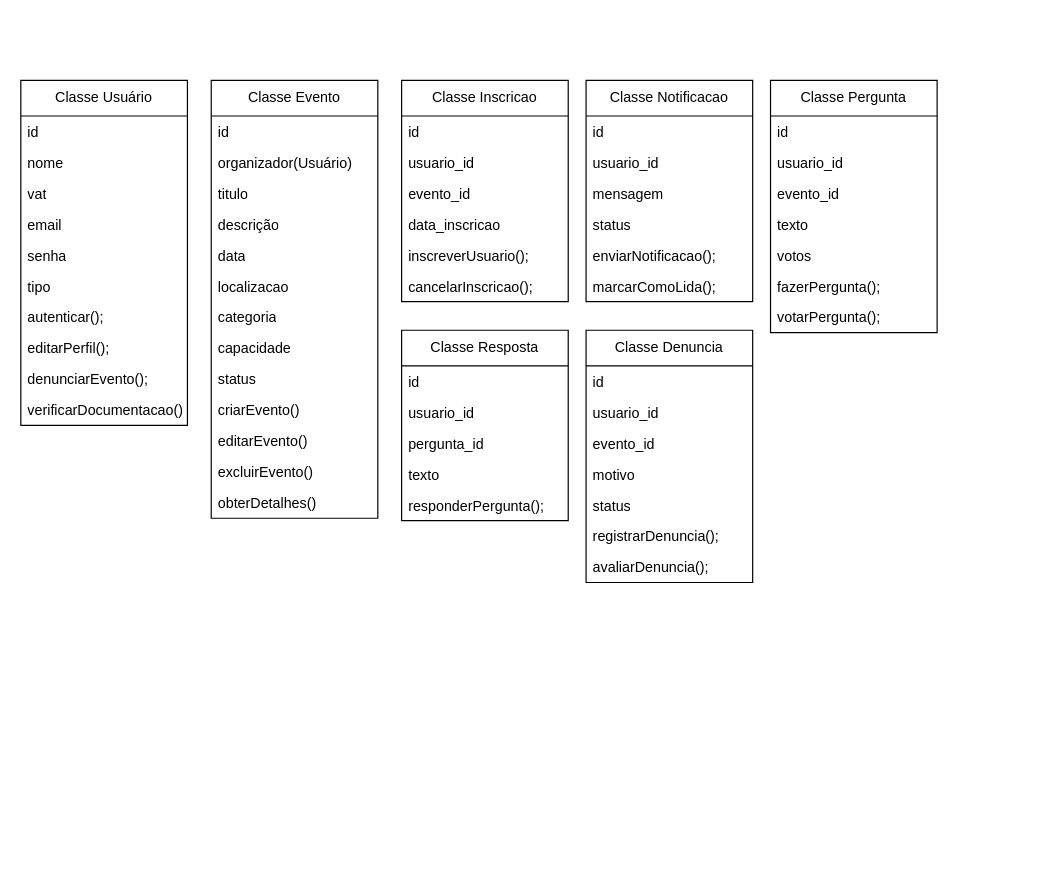
Before: backend/Diagrama sem título.drawio in NatanNMendes/estetify-back-end, a draw.io diagram. Source tidied: cells renumbered, new cells numbered last; positions are measured from the earlier drawing's top-left corner, leaving out a move shared by most shapes. Both pictures are drawn from the tidied source at 119%, with x=0, y=0 at pixel (20, 80).
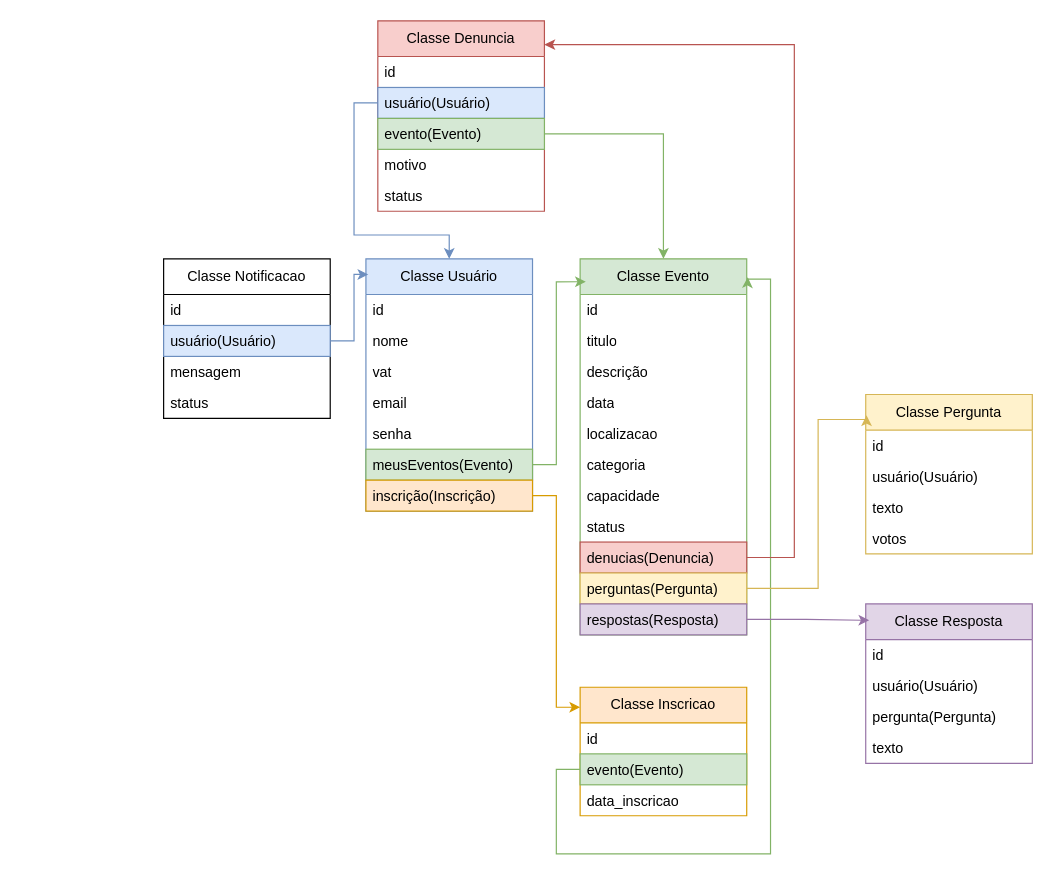
The same page after the edit.

Diff of the diagram source:
```diff
@@
-    <mxCell id="2" value="Classe Usuário" style="swimlane;fontStyle=0;horizontal=1;startSize=30;fillColor=none;whiteSpace=wrap;html=1;" parent="1" vertex="1">
-      <mxGeometry width="140" height="290" as="geometry" />
+    <mxCell id="2" value="Classe Usuário" style="swimlane;fontStyle=0;horizontal=1;startSize=30;fillColor=#dae8fc;whiteSpace=wrap;html=1;strokeColor=#6c8ebf;" parent="1" vertex="1">
+      <mxGeometry x="290" y="150" width="140" height="212" as="geometry" />
     </mxCell>
@@
-    <mxCell id="8" value="tipo" style="text;strokeColor=none;fillColor=none;align=left;verticalAlign=top;spacingLeft=4;spacingRight=4;overflow=hidden;points=[[0,0.5],[1,0.5]];portConstraint=eastwest;whiteSpace=wrap;html=1;" parent="2" vertex="1">
+    <mxCell id="8" value="meusEventos(Evento)" style="text;strokeColor=#82b366;fillColor=#d5e8d4;align=left;verticalAlign=top;spacingLeft=4;spacingRight=4;overflow=hidden;points=[[0,0.5],[1,0.5]];portConstraint=eastwest;whiteSpace=wrap;html=1;" parent="2" vertex="1">
       <mxGeometry y="160" width="140" height="26" as="geometry" />
     </mxCell>
-    <mxCell id="9" value="autenticar();" style="text;strokeColor=none;fillColor=none;align=left;verticalAlign=top;spacingLeft=4;spacingRight=4;overflow=hidden;whiteSpace=wrap;html=1;" parent="2" vertex="1">
-      <mxGeometry y="186" width="140" height="26" as="geometry" />
-    </mxCell>
-    <mxCell id="10" value="editarPerfil();" style="text;strokeColor=none;fillColor=none;align=left;verticalAlign=top;spacingLeft=4;spacingRight=4;overflow=hidden;whiteSpace=wrap;html=1;" parent="2" vertex="1">
-      <mxGeometry y="212" width="140" height="26" as="geometry" />
-    </mxCell>
-    <mxCell id="11" value="denunciarEvento();" style="text;strokeColor=none;fillColor=none;align=left;verticalAlign=top;spacingLeft=4;spacingRight=4;overflow=hidden;whiteSpace=wrap;html=1;" parent="2" vertex="1">
-      <mxGeometry y="238" width="140" height="26" as="geometry" />
-    </mxCell>
-    <mxCell id="12" value="verificarDocumentacao();" style="text;strokeColor=none;fillColor=none;align=left;verticalAlign=top;spacingLeft=4;spacingRight=4;overflow=hidden;whiteSpace=wrap;html=1;" parent="2" vertex="1">
-      <mxGeometry y="264" width="140" height="26" as="geometry" />
-    </mxCell>
+    <mxCell id="63" value="inscrição(Inscrição)" style="text;strokeColor=#d79b00;fillColor=#ffe6cc;align=left;verticalAlign=top;spacingLeft=4;spacingRight=4;overflow=hidden;points=[[0,0.5],[1,0.5]];portConstraint=eastwest;whiteSpace=wrap;html=1;" parent="2" vertex="1">
+      <mxGeometry y="186" width="140" height="26" as="geometry" />
+    </mxCell>
-    <mxCell id="13" value="Classe Evento" style="swimlane;fontStyle=0;horizontal=1;startSize=30;fillColor=none;whiteSpace=wrap;html=1;" parent="1" vertex="1">
-      <mxGeometry x="160" width="140" height="368" as="geometry" />
+    <mxCell id="13" value="Classe Evento" style="swimlane;fontStyle=0;horizontal=1;startSize=30;fillColor=#d5e8d4;whiteSpace=wrap;html=1;strokeColor=#82b366;" parent="1" vertex="1">
+      <mxGeometry x="470" y="150" width="140" height="316" as="geometry" />
     </mxCell>
@@
-    <mxCell id="15" value="organizador(&lt;span style=&quot;text-align: center;&quot;&gt;Usuário&lt;/span&gt;)" style="text;strokeColor=none;fillColor=none;align=left;verticalAlign=top;spacingLeft=4;spacingRight=4;overflow=hidden;whiteSpace=wrap;html=1;" parent="13" vertex="1">
-      <mxGeometry y="56" width="140" height="26" as="geometry" />
-    </mxCell>
     <mxCell id="16" value="titulo" style="text;strokeColor=none;fillColor=none;align=left;verticalAlign=top;spacingLeft=4;spacingRight=4;overflow=hidden;whiteSpace=wrap;html=1;" parent="13" vertex="1">
-      <mxGeometry y="82" width="140" height="26" as="geometry" />
+      <mxGeometry y="56" width="140" height="26" as="geometry" />
     </mxCell>
     <mxCell id="17" value="descrição" style="text;strokeColor=none;fillColor=none;align=left;verticalAlign=top;spacingLeft=4;spacingRight=4;overflow=hidden;whiteSpace=wrap;html=1;" parent="13" vertex="1">
-      <mxGeometry y="108" width="140" height="26" as="geometry" />
+      <mxGeometry y="82" width="140" height="26" as="geometry" />
     </mxCell>
     <mxCell id="18" value="data" style="text;strokeColor=none;fillColor=none;align=left;verticalAlign=top;spacingLeft=4;spacingRight=4;overflow=hidden;whiteSpace=wrap;html=1;" parent="13" vertex="1">
-      <mxGeometry y="134" width="140" height="26" as="geometry" />
+      <mxGeometry y="108" width="140" height="26" as="geometry" />
     </mxCell>
     <mxCell id="19" value="localizacao" style="text;strokeColor=none;fillColor=none;align=left;verticalAlign=top;spacingLeft=4;spacingRight=4;overflow=hidden;whiteSpace=wrap;html=1;" parent="13" vertex="1">
-      <mxGeometry y="160" width="140" height="26" as="geometry" />
+      <mxGeometry y="134" width="140" height="26" as="geometry" />
     </mxCell>
     <mxCell id="20" value="categoria" style="text;strokeColor=none;fillColor=none;align=left;verticalAlign=top;spacingLeft=4;spacingRight=4;overflow=hidden;whiteSpace=wrap;html=1;" parent="13" vertex="1">
-      <mxGeometry y="186" width="140" height="26" as="geometry" />
+      <mxGeometry y="160" width="140" height="26" as="geometry" />
     </mxCell>
     <mxCell id="21" value="capacidade" style="text;strokeColor=none;fillColor=none;align=left;verticalAlign=top;spacingLeft=4;spacingRight=4;overflow=hidden;whiteSpace=wrap;html=1;" parent="13" vertex="1">
-      <mxGeometry y="212" width="140" height="26" as="geometry" />
+      <mxGeometry y="186" width="140" height="26" as="geometry" />
     </mxCell>
     <mxCell id="22" value="status" style="text;strokeColor=none;fillColor=none;align=left;verticalAlign=top;spacingLeft=4;spacingRight=4;overflow=hidden;whiteSpace=wrap;html=1;" parent="13" vertex="1">
-      <mxGeometry y="238" width="140" height="26" as="geometry" />
+      <mxGeometry y="212" width="140" height="26" as="geometry" />
     </mxCell>
-    <mxCell id="23" value="criarEvento()" style="text;strokeColor=none;fillColor=none;align=left;verticalAlign=top;spacingLeft=4;spacingRight=4;overflow=hidden;whiteSpace=wrap;html=1;" parent="13" vertex="1">
-      <mxGeometry y="264" width="140" height="26" as="geometry" />
-    </mxCell>
-    <mxCell id="24" value="editarEvento()" style="text;strokeColor=none;fillColor=none;align=left;verticalAlign=top;spacingLeft=4;spacingRight=4;overflow=hidden;whiteSpace=wrap;html=1;" parent="13" vertex="1">
-      <mxGeometry y="290" width="140" height="26" as="geometry" />
-    </mxCell>
-    <mxCell id="25" value="excluirEvento()" style="text;strokeColor=none;fillColor=none;align=left;verticalAlign=top;spacingLeft=4;spacingRight=4;overflow=hidden;whiteSpace=wrap;html=1;" parent="13" vertex="1">
-      <mxGeometry y="316" width="140" height="26" as="geometry" />
-    </mxCell>
-    <mxCell id="26" value="obterDetalhes()" style="text;strokeColor=none;fillColor=none;align=left;verticalAlign=top;spacingLeft=4;spacingRight=4;overflow=hidden;whiteSpace=wrap;html=1;" parent="13" vertex="1">
-      <mxGeometry y="342" width="140" height="26" as="geometry" />
-    </mxCell>
+    <mxCell id="64" value="denucias(Denuncia)" style="text;strokeColor=#b85450;fillColor=#f8cecc;align=left;verticalAlign=top;spacingLeft=4;spacingRight=4;overflow=hidden;points=[[0,0.5],[1,0.5]];portConstraint=eastwest;whiteSpace=wrap;html=1;" parent="13" vertex="1">
+      <mxGeometry y="238" width="140" height="26" as="geometry" />
+    </mxCell>
+    <mxCell id="65" value="perguntas(Pergunta)" style="text;strokeColor=#d6b656;fillColor=#fff2cc;align=left;verticalAlign=top;spacingLeft=4;spacingRight=4;overflow=hidden;points=[[0,0.5],[1,0.5]];portConstraint=eastwest;whiteSpace=wrap;html=1;" parent="13" vertex="1">
+      <mxGeometry y="264" width="140" height="26" as="geometry" />
+    </mxCell>
+    <mxCell id="66" value="respostas(Resposta)" style="text;strokeColor=#9673a6;fillColor=#e1d5e7;align=left;verticalAlign=top;spacingLeft=4;spacingRight=4;overflow=hidden;points=[[0,0.5],[1,0.5]];portConstraint=eastwest;whiteSpace=wrap;html=1;" parent="13" vertex="1">
+      <mxGeometry y="290" width="140" height="26" as="geometry" />
+    </mxCell>
-    <mxCell id="27" value="Classe Inscricao" style="swimlane;fontStyle=0;horizontal=1;startSize=30;fillColor=none;whiteSpace=wrap;html=1;" parent="1" vertex="1">
-      <mxGeometry x="320" width="140" height="186" as="geometry" />
+    <mxCell id="27" value="Classe Inscricao" style="swimlane;fontStyle=0;horizontal=1;startSize=30;fillColor=#ffe6cc;whiteSpace=wrap;html=1;strokeColor=#d79b00;" parent="1" vertex="1">
+      <mxGeometry x="470" y="510" width="140" height="108" as="geometry" />
     </mxCell>
@@
-    <mxCell id="29" value="usuario_id" style="text;strokeColor=none;fillColor=none;align=left;verticalAlign=top;spacingLeft=4;spacingRight=4;overflow=hidden;whiteSpace=wrap;html=1;" parent="27" vertex="1">
-      <mxGeometry y="56" width="140" height="26" as="geometry" />
-    </mxCell>
-    <mxCell id="30" value="evento_id" style="text;strokeColor=none;fillColor=none;align=left;verticalAlign=top;spacingLeft=4;spacingRight=4;overflow=hidden;points=[[0,0.5],[1,0.5]];portConstraint=eastwest;whiteSpace=wrap;html=1;" parent="27" vertex="1">
-      <mxGeometry y="82" width="140" height="26" as="geometry" />
+    <mxCell id="30" value="evento(Evento)" style="text;strokeColor=#82b366;fillColor=#d5e8d4;align=left;verticalAlign=top;spacingLeft=4;spacingRight=4;overflow=hidden;points=[[0,0.5],[1,0.5]];portConstraint=eastwest;whiteSpace=wrap;html=1;" parent="27" vertex="1">
+      <mxGeometry y="56" width="140" height="26" as="geometry" />
     </mxCell>
     <mxCell id="31" value="data_inscricao" style="text;strokeColor=none;fillColor=none;align=left;verticalAlign=top;spacingLeft=4;spacingRight=4;overflow=hidden;whiteSpace=wrap;html=1;" parent="27" vertex="1">
-      <mxGeometry y="108" width="140" height="26" as="geometry" />
+      <mxGeometry y="82" width="140" height="26" as="geometry" />
     </mxCell>
-    <mxCell id="32" value="inscreverUsuario();" style="text;strokeColor=none;fillColor=none;align=left;verticalAlign=top;spacingLeft=4;spacingRight=4;overflow=hidden;whiteSpace=wrap;html=1;" parent="27" vertex="1">
-      <mxGeometry y="134" width="140" height="26" as="geometry" />
-    </mxCell>
-    <mxCell id="33" value="cancelarInscricao();" style="text;strokeColor=none;fillColor=none;align=left;verticalAlign=top;spacingLeft=4;spacingRight=4;overflow=hidden;whiteSpace=wrap;html=1;" parent="27" vertex="1">
-      <mxGeometry y="160" width="140" height="26" as="geometry" />
-    </mxCell>
     <mxCell id="34" value="Classe Notificacao" style="swimlane;fontStyle=0;horizontal=1;startSize=30;fillColor=none;whiteSpace=wrap;html=1;" parent="1" vertex="1">
-      <mxGeometry x="475" width="140" height="186" as="geometry" />
+      <mxGeometry x="120" y="150" width="140" height="134" as="geometry" />
     </mxCell>
@@
-    <mxCell id="36" value="usuario_id" style="text;strokeColor=none;fillColor=none;align=left;verticalAlign=top;spacingLeft=4;spacingRight=4;overflow=hidden;points=[[0,0.5],[1,0.5]];portConstraint=eastwest;whiteSpace=wrap;html=1;" parent="34" vertex="1">
+    <mxCell id="36" value="usuário(&lt;span style=&quot;text-align: center;&quot;&gt;Usuário&lt;/span&gt;)" style="text;strokeColor=#6c8ebf;fillColor=#dae8fc;align=left;verticalAlign=top;spacingLeft=4;spacingRight=4;overflow=hidden;points=[[0,0.5],[1,0.5]];portConstraint=eastwest;whiteSpace=wrap;html=1;" parent="34" vertex="1">
       <mxGeometry y="56" width="140" height="26" as="geometry" />
     </mxCell>
@@
-    <mxCell id="39" value="enviarNotificacao();" style="text;strokeColor=none;fillColor=none;align=left;verticalAlign=top;spacingLeft=4;spacingRight=4;overflow=hidden;whiteSpace=wrap;html=1;" parent="34" vertex="1">
-      <mxGeometry y="134" width="140" height="26" as="geometry" />
-    </mxCell>
-    <mxCell id="40" value="marcarComoLida();" style="text;strokeColor=none;fillColor=none;align=left;verticalAlign=top;spacingLeft=4;spacingRight=4;overflow=hidden;whiteSpace=wrap;html=1;" parent="34" vertex="1">
-      <mxGeometry y="160" width="140" height="26" as="geometry" />
-    </mxCell>
-    <mxCell id="41" value="Classe Pergunta" style="swimlane;fontStyle=0;horizontal=1;startSize=30;fillColor=none;whiteSpace=wrap;html=1;" parent="1" vertex="1">
-      <mxGeometry x="630" width="140" height="212" as="geometry" />
+    <mxCell id="41" value="Classe Pergunta" style="swimlane;fontStyle=0;horizontal=1;startSize=30;fillColor=#fff2cc;whiteSpace=wrap;html=1;strokeColor=#d6b656;" parent="1" vertex="1">
+      <mxGeometry x="710" y="264" width="140" height="134" as="geometry" />
     </mxCell>
@@
-    <mxCell id="43" value="usuario_id" style="text;strokeColor=none;fillColor=none;align=left;verticalAlign=top;spacingLeft=4;spacingRight=4;overflow=hidden;whiteSpace=wrap;html=1;" parent="41" vertex="1">
+    <mxCell id="43" value="usuário(&lt;span style=&quot;text-align: center;&quot;&gt;Usuário&lt;/span&gt;)" style="text;strokeColor=none;fillColor=none;align=left;verticalAlign=top;spacingLeft=4;spacingRight=4;overflow=hidden;whiteSpace=wrap;html=1;" parent="41" vertex="1">
       <mxGeometry y="56" width="140" height="26" as="geometry" />
     </mxCell>
-    <mxCell id="44" value="evento_id" style="text;strokeColor=none;fillColor=none;align=left;verticalAlign=top;spacingLeft=4;spacingRight=4;overflow=hidden;whiteSpace=wrap;html=1;" parent="41" vertex="1">
-      <mxGeometry y="82" width="140" height="26" as="geometry" />
-    </mxCell>
     <mxCell id="45" value="texto" style="text;strokeColor=none;fillColor=none;align=left;verticalAlign=top;spacingLeft=4;spacingRight=4;overflow=hidden;whiteSpace=wrap;html=1;" parent="41" vertex="1">
-      <mxGeometry y="108" width="140" height="26" as="geometry" />
+      <mxGeometry y="82" width="140" height="26" as="geometry" />
     </mxCell>
     <mxCell id="46" value="votos" style="text;strokeColor=none;fillColor=none;align=left;verticalAlign=top;spacingLeft=4;spacingRight=4;overflow=hidden;whiteSpace=wrap;html=1;" parent="41" vertex="1">
-      <mxGeometry y="134" width="140" height="26" as="geometry" />
+      <mxGeometry y="108" width="140" height="26" as="geometry" />
     </mxCell>
-    <mxCell id="47" value="fazerPergunta();" style="text;strokeColor=none;fillColor=none;align=left;verticalAlign=top;spacingLeft=4;spacingRight=4;overflow=hidden;whiteSpace=wrap;html=1;" parent="41" vertex="1">
-      <mxGeometry y="160" width="140" height="26" as="geometry" />
-    </mxCell>
-    <mxCell id="48" value="votarPergunta();" style="text;strokeColor=none;fillColor=none;align=left;verticalAlign=top;spacingLeft=4;spacingRight=4;overflow=hidden;whiteSpace=wrap;html=1;" parent="41" vertex="1">
-      <mxGeometry y="186" width="140" height="26" as="geometry" />
-    </mxCell>
-    <mxCell id="49" value="Classe&amp;nbsp;Resposta" style="swimlane;fontStyle=0;horizontal=1;startSize=30;fillColor=none;whiteSpace=wrap;html=1;" parent="1" vertex="1">
-      <mxGeometry x="320" y="210" width="140" height="160" as="geometry" />
+    <mxCell id="49" value="Classe&amp;nbsp;Resposta" style="swimlane;fontStyle=0;horizontal=1;startSize=30;fillColor=#e1d5e7;whiteSpace=wrap;html=1;strokeColor=#9673a6;" parent="1" vertex="1">
+      <mxGeometry x="710" y="440" width="140" height="134" as="geometry" />
     </mxCell>
@@
-    <mxCell id="51" value="usuario_id" style="text;strokeColor=none;fillColor=none;align=left;verticalAlign=top;spacingLeft=4;spacingRight=4;overflow=hidden;whiteSpace=wrap;html=1;" parent="49" vertex="1">
+    <mxCell id="51" value="usuário(&lt;span style=&quot;text-align: center;&quot;&gt;Usuário&lt;/span&gt;)" style="text;strokeColor=none;fillColor=none;align=left;verticalAlign=top;spacingLeft=4;spacingRight=4;overflow=hidden;whiteSpace=wrap;html=1;" parent="49" vertex="1">
       <mxGeometry y="56" width="140" height="26" as="geometry" />
     </mxCell>
-    <mxCell id="52" value="pergunta_id" style="text;strokeColor=none;fillColor=none;align=left;verticalAlign=top;spacingLeft=4;spacingRight=4;overflow=hidden;whiteSpace=wrap;html=1;" parent="49" vertex="1">
+    <mxCell id="52" value="pergunta(Pergunta)" style="text;strokeColor=none;fillColor=none;align=left;verticalAlign=top;spacingLeft=4;spacingRight=4;overflow=hidden;whiteSpace=wrap;html=1;" parent="49" vertex="1">
       <mxGeometry y="82" width="140" height="26" as="geometry" />
     </mxCell>
@@
-    <mxCell id="54" value="responderPergunta();" style="text;strokeColor=none;fillColor=none;align=left;verticalAlign=top;spacingLeft=4;spacingRight=4;overflow=hidden;whiteSpace=wrap;html=1;" parent="49" vertex="1">
-      <mxGeometry y="134" width="140" height="26" as="geometry" />
-    </mxCell>
-    <mxCell id="55" value="Classe Denuncia" style="swimlane;fontStyle=0;horizontal=1;startSize=30;fillColor=none;whiteSpace=wrap;html=1;" parent="1" vertex="1">
-      <mxGeometry x="475" y="210" width="140" height="212" as="geometry" />
+    <mxCell id="55" value="Classe Denuncia" style="swimlane;fontStyle=0;horizontal=1;startSize=30;fillColor=#f8cecc;whiteSpace=wrap;html=1;strokeColor=#b85450;" parent="1" vertex="1">
+      <mxGeometry x="300" y="-50" width="140" height="160" as="geometry" />
     </mxCell>
@@
-    <mxCell id="57" value="usuario_id" style="text;strokeColor=none;fillColor=none;align=left;verticalAlign=top;spacingLeft=4;spacingRight=4;overflow=hidden;points=[[0,0.5],[1,0.5]];portConstraint=eastwest;whiteSpace=wrap;html=1;" parent="55" vertex="1">
+    <mxCell id="57" value="usuário(&lt;span style=&quot;text-align: center;&quot;&gt;Usuário&lt;/span&gt;)" style="text;strokeColor=#6c8ebf;fillColor=#dae8fc;align=left;verticalAlign=top;spacingLeft=4;spacingRight=4;overflow=hidden;points=[[0,0.5],[1,0.5]];portConstraint=eastwest;whiteSpace=wrap;html=1;" parent="55" vertex="1">
       <mxGeometry y="56" width="140" height="26" as="geometry" />
     </mxCell>
-    <mxCell id="58" value="evento_id" style="text;strokeColor=none;fillColor=none;align=left;verticalAlign=top;spacingLeft=4;spacingRight=4;overflow=hidden;points=[[0,0.5],[1,0.5]];portConstraint=eastwest;whiteSpace=wrap;html=1;" parent="55" vertex="1">
+    <mxCell id="58" value="evento(Evento)" style="text;strokeColor=#82b366;fillColor=#d5e8d4;align=left;verticalAlign=top;spacingLeft=4;spacingRight=4;overflow=hidden;points=[[0,0.5],[1,0.5]];portConstraint=eastwest;whiteSpace=wrap;html=1;" parent="55" vertex="1">
       <mxGeometry y="82" width="140" height="26" as="geometry" />
     </mxCell>
@@
-    <mxCell id="61" value="registrarDenuncia();" style="text;strokeColor=none;fillColor=none;align=left;verticalAlign=top;spacingLeft=4;spacingRight=4;overflow=hidden;whiteSpace=wrap;html=1;" parent="55" vertex="1">
-      <mxGeometry y="160" width="140" height="26" as="geometry" />
-    </mxCell>
-    <mxCell id="62" value="avaliarDenuncia();" style="text;strokeColor=none;fillColor=none;align=left;verticalAlign=top;spacingLeft=4;spacingRight=4;overflow=hidden;whiteSpace=wrap;html=1;" parent="55" vertex="1">
-      <mxGeometry y="186" width="140" height="26" as="geometry" />
-    </mxCell>
+    <mxCell id="67" style="edgeStyle=orthogonalEdgeStyle;rounded=0;jettySize=auto;html=1;entryX=0.034;entryY=0.061;entryDx=0;entryDy=0;entryPerimeter=0;fillColor=#d5e8d4;strokeColor=#82b366;" parent="1" edge="1" source="8" target="13">
+      <mxGeometry relative="1" as="geometry" />
+    </mxCell>
+    <mxCell id="68" style="edgeStyle=orthogonalEdgeStyle;rounded=0;jettySize=auto;html=1;entryX=0;entryY=0.156;entryDx=0;entryDy=0;entryPerimeter=0;fillColor=#ffe6cc;strokeColor=#d79b00;" parent="1" edge="1" source="63" target="27">
+      <mxGeometry relative="1" as="geometry" />
+    </mxCell>
+    <mxCell id="69" style="edgeStyle=orthogonalEdgeStyle;rounded=0;jettySize=auto;html=1;entryX=1.006;entryY=0.049;entryDx=0;entryDy=0;entryPerimeter=0;fillColor=#d5e8d4;strokeColor=#82b366;" parent="1" edge="1" source="30" target="13">
+      <mxGeometry relative="1" as="geometry">
+        <Array as="points">
+          <mxPoint x="450" y="579" />
+          <mxPoint x="450" y="650" />
+          <mxPoint x="630" y="650" />
+          <mxPoint x="630" y="167" />
+        </Array>
+      </mxGeometry>
+    </mxCell>
+    <mxCell id="70" style="edgeStyle=orthogonalEdgeStyle;rounded=0;jettySize=auto;html=1;entryX=0.014;entryY=0.062;entryDx=0;entryDy=0;entryPerimeter=0;fillColor=#dae8fc;strokeColor=#6c8ebf;" parent="1" edge="1" source="36" target="2">
+      <mxGeometry relative="1" as="geometry" />
+    </mxCell>
+    <mxCell id="71" style="edgeStyle=orthogonalEdgeStyle;rounded=0;jettySize=auto;html=1;fillColor=#d5e8d4;strokeColor=#82b366;" parent="1" edge="1" source="58" target="13">
+      <mxGeometry relative="1" as="geometry" />
+    </mxCell>
+    <mxCell id="72" style="edgeStyle=orthogonalEdgeStyle;rounded=0;jettySize=auto;html=1;fillColor=#dae8fc;strokeColor=#6c8ebf;" parent="1" edge="1" source="57" target="2">
+      <mxGeometry relative="1" as="geometry">
+        <Array as="points">
+          <mxPoint x="280" y="19" />
+          <mxPoint x="280" y="130" />
+          <mxPoint x="360" y="130" />
+        </Array>
+      </mxGeometry>
+    </mxCell>
+    <mxCell id="73" style="edgeStyle=orthogonalEdgeStyle;rounded=0;jettySize=auto;html=1;entryX=0.021;entryY=0.103;entryDx=0;entryDy=0;entryPerimeter=0;fillColor=#e1d5e7;strokeColor=#9673a6;" parent="1" edge="1" source="66" target="49">
+      <mxGeometry relative="1" as="geometry" />
+    </mxCell>
+    <mxCell id="74" style="edgeStyle=orthogonalEdgeStyle;rounded=0;jettySize=auto;html=1;entryX=1;entryY=0.125;entryDx=0;entryDy=0;entryPerimeter=0;fillColor=#f8cecc;strokeColor=#b85450;" parent="1" edge="1" source="64" target="55">
+      <mxGeometry relative="1" as="geometry">
+        <Array as="points">
+          <mxPoint x="650" y="401" />
+          <mxPoint x="650" y="-30" />
+        </Array>
+      </mxGeometry>
+    </mxCell>
+    <mxCell id="75" style="edgeStyle=orthogonalEdgeStyle;rounded=0;jettySize=auto;html=1;entryX=0.005;entryY=0.131;entryDx=0;entryDy=0;entryPerimeter=0;fillColor=#fff2cc;strokeColor=#d6b656;" parent="1" edge="1" source="65" target="41">
+      <mxGeometry relative="1" as="geometry">
+        <Array as="points">
+          <mxPoint x="670" y="427" />
+          <mxPoint x="670" y="285" />
+        </Array>
+      </mxGeometry>
+    </mxCell>
```
